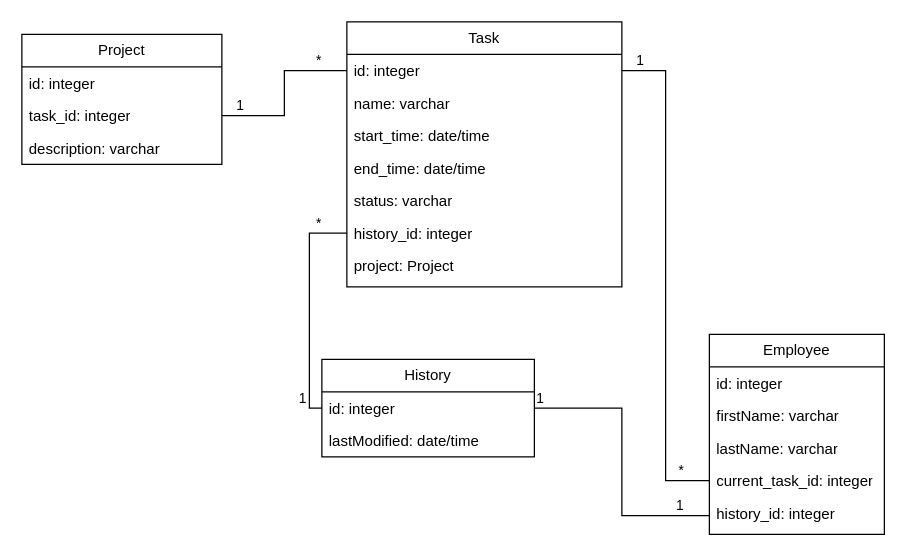
Earlier version of the draw.io diagram ER.drawio (hard-gainer/UML). Source tidied: cells renumbered, new cells numbered last; positions are measured from the earlier drawing's top-left corner, leaving out a move shared by most shapes. Both pictures are drawn from the tidied source at 125%, with x=0, y=0 at pixel (21, 21).
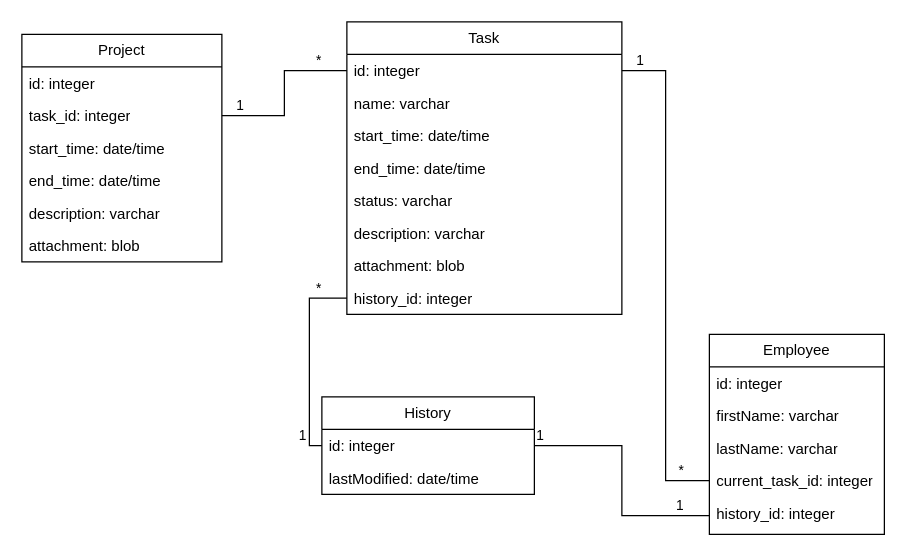
Above is the later version.

The edit, as a diff of the source:
```diff
@@
     <mxCell id="8" value="Task" style="swimlane;fontStyle=0;horizontal=1;startSize=26;fillColor=none;whiteSpace=wrap;html=1;" parent="1" vertex="1">
-      <mxGeometry x="260" width="220" height="212" as="geometry" />
+      <mxGeometry x="260" width="220" height="234" as="geometry" />
     </mxCell>
@@
+    <mxCell id="35" value="description: varchar" style="text;strokeColor=none;fillColor=none;align=left;verticalAlign=top;spacingLeft=4;spacingRight=4;overflow=hidden;whiteSpace=wrap;html=1;" parent="8" vertex="1">
+      <mxGeometry y="156" width="220" height="26" as="geometry" />
+    </mxCell>
+    <mxCell id="36" value="attachment: blob" style="text;strokeColor=none;fillColor=none;align=left;verticalAlign=top;spacingLeft=4;spacingRight=4;overflow=hidden;whiteSpace=wrap;html=1;" parent="8" vertex="1">
+      <mxGeometry y="182" width="220" height="26" as="geometry" />
+    </mxCell>
     <mxCell id="14" value="history_id: integer" style="text;strokeColor=none;fillColor=none;align=left;verticalAlign=top;spacingLeft=4;spacingRight=4;overflow=hidden;points=[[0,0.5],[1,0.5]];portConstraint=eastwest;whiteSpace=wrap;html=1;" parent="8" vertex="1">
-      <mxGeometry y="156" width="220" height="26" as="geometry" />
+      <mxGeometry y="208" width="220" height="26" as="geometry" />
     </mxCell>
-    <mxCell id="15" value="project: Project" style="text;strokeColor=none;fillColor=none;align=left;verticalAlign=top;spacingLeft=4;spacingRight=4;overflow=hidden;whiteSpace=wrap;html=1;" parent="8" vertex="1">
-      <mxGeometry y="182" width="220" height="30" as="geometry" />
-    </mxCell>
     <mxCell id="16" value="Project" style="swimlane;fontStyle=0;horizontal=1;startSize=26;fillColor=none;whiteSpace=wrap;html=1;" parent="1" vertex="1">
-      <mxGeometry y="10" width="160" height="104" as="geometry" />
+      <mxGeometry y="10" width="160" height="182" as="geometry" />
     </mxCell>
@@
+    <mxCell id="37" value="start_time: date/time" style="text;strokeColor=none;fillColor=none;align=left;verticalAlign=top;spacingLeft=4;spacingRight=4;overflow=hidden;whiteSpace=wrap;html=1;" parent="16" vertex="1">
+      <mxGeometry y="78" width="160" height="26" as="geometry" />
+    </mxCell>
+    <mxCell id="38" value="end_time: date/time" style="text;strokeColor=none;fillColor=none;align=left;verticalAlign=top;spacingLeft=4;spacingRight=4;overflow=hidden;whiteSpace=wrap;html=1;" parent="16" vertex="1">
+      <mxGeometry y="104" width="160" height="26" as="geometry" />
+    </mxCell>
     <mxCell id="19" value="description: varchar" style="text;strokeColor=none;fillColor=none;align=left;verticalAlign=top;spacingLeft=4;spacingRight=4;overflow=hidden;whiteSpace=wrap;html=1;" parent="16" vertex="1">
-      <mxGeometry y="78" width="160" height="26" as="geometry" />
+      <mxGeometry y="130" width="160" height="26" as="geometry" />
     </mxCell>
+    <mxCell id="39" value="attachment: blob" style="text;strokeColor=none;fillColor=none;align=left;verticalAlign=top;spacingLeft=4;spacingRight=4;overflow=hidden;whiteSpace=wrap;html=1;" parent="16" vertex="1">
+      <mxGeometry y="156" width="160" height="26" as="geometry" />
+    </mxCell>
     <mxCell id="20" value="History" style="swimlane;fontStyle=0;horizontal=1;startSize=26;fillColor=none;whiteSpace=wrap;html=1;" parent="1" vertex="1">
-      <mxGeometry x="240" y="270" width="170" height="78" as="geometry" />
+      <mxGeometry x="240" y="300" width="170" height="78" as="geometry" />
     </mxCell>
```
